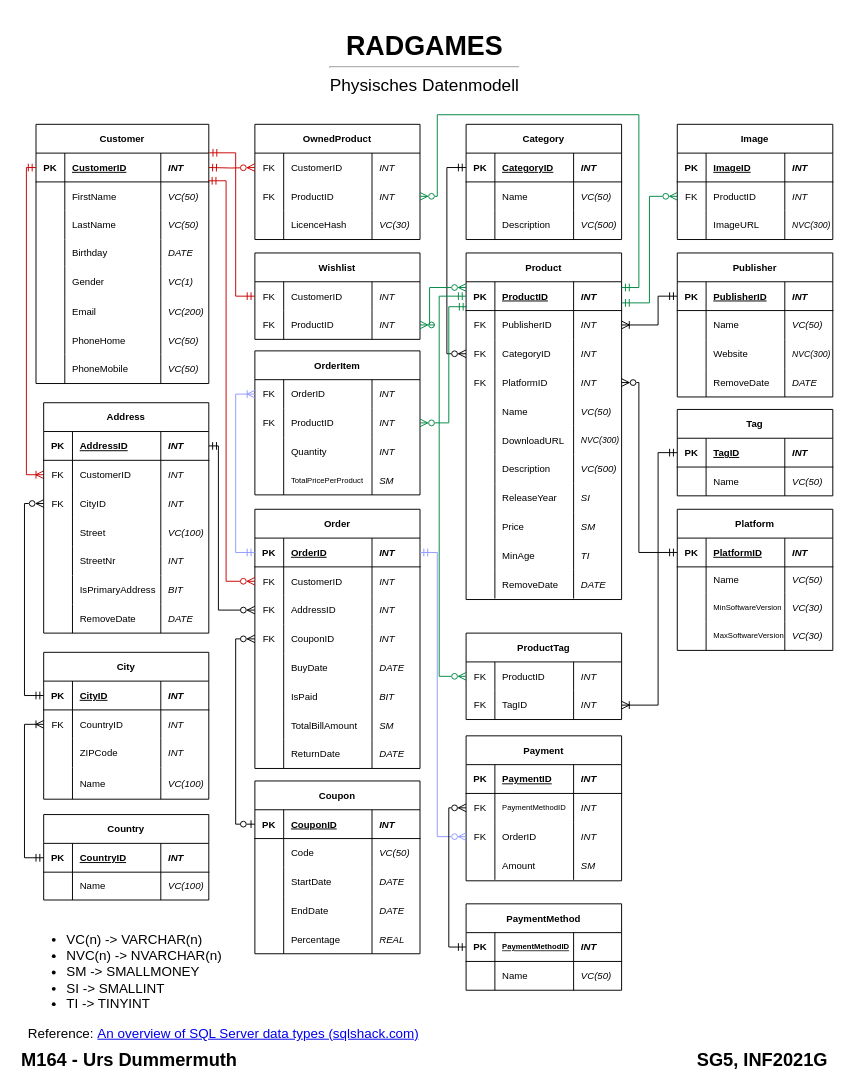
TD99/gibb-m164 keeps this draw.io diagram as page "Physisch" (3 of 3) of Konzepte/Datenmodell.drawio. Above is the earlier version. Source tidied: cells renumbered, new cells numbered last; positions are measured from the earlier drawing's top-left corner, leaving out a move shared by most shapes. Both pictures are drawn from the tidied source at 96%, with x=0, y=0 at pixel (16, 26).
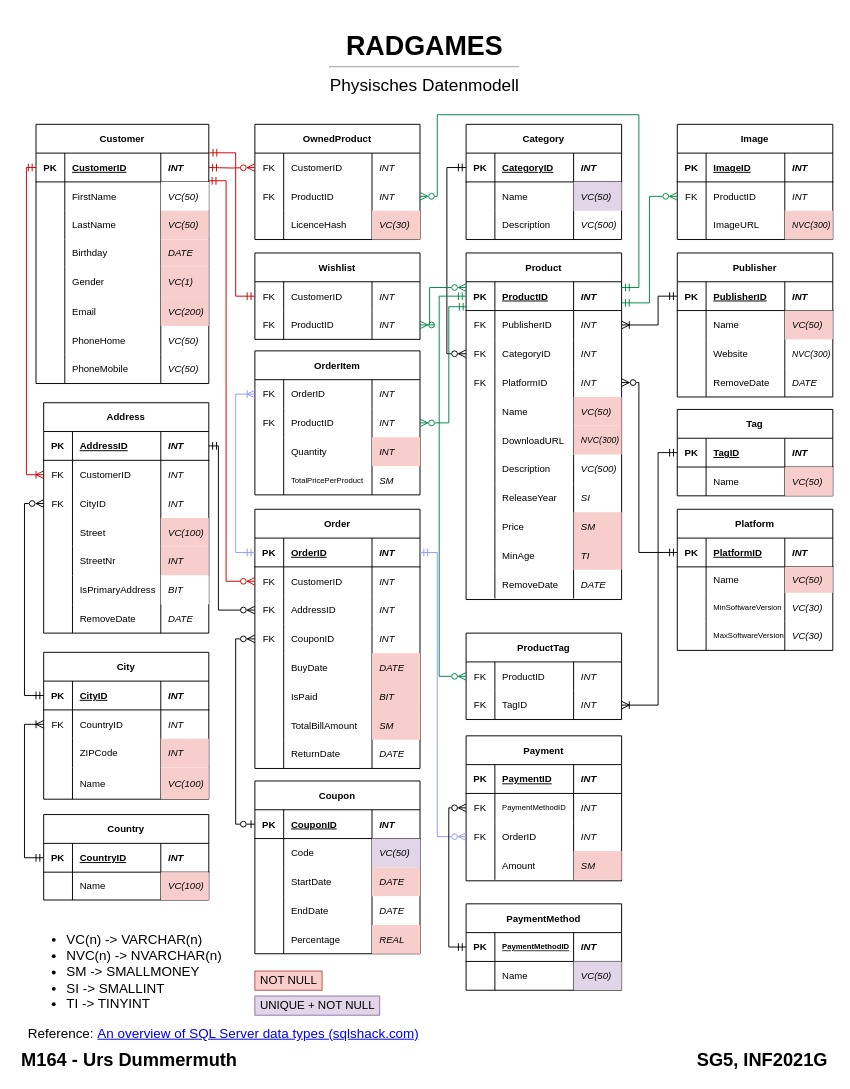
Above is the later version.

Unchanged cells that the change refers to:
```xml
<mxCell id="9" style="shape=tableRow;horizontal=0;startSize=0;swimlaneHead=0;swimlaneBody=0;fillColor=none;top=0;left=0;right=0;bottom=0;" parent="4" vertex="1">
<mxCell id="13" style="shape=tableRow;horizontal=0;startSize=0;swimlaneHead=0;swimlaneBody=0;fillColor=none;top=0;left=0;right=0;bottom=0;" parent="4" vertex="1">
<mxCell id="17" style="shape=tableRow;horizontal=0;startSize=0;swimlaneHead=0;swimlaneBody=0;fillColor=none;top=0;left=0;right=0;bottom=0;" parent="4" vertex="1">
<mxCell id="21" style="shape=tableRow;horizontal=0;startSize=0;swimlaneHead=0;swimlaneBody=0;fillColor=none;top=0;left=0;right=0;bottom=0;" parent="4" vertex="1">
<mxCell id="25" style="shape=tableRow;horizontal=0;startSize=0;swimlaneHead=0;swimlaneBody=0;fillColor=none;top=0;left=0;right=0;bottom=0;" parent="4" vertex="1">
<mxCell id="51" style="shape=tableRow;horizontal=0;startSize=0;swimlaneHead=0;swimlaneBody=0;fillColor=none;top=0;left=0;right=0;bottom=0;fontSize=10;" parent="38" vertex="1">
<mxCell id="55" style="shape=tableRow;horizontal=0;startSize=0;swimlaneHead=0;swimlaneBody=0;fillColor=none;top=0;left=0;right=0;bottom=0;fontSize=10;" parent="38" vertex="1">
<mxCell id="59" style="shape=tableRow;horizontal=0;startSize=0;swimlaneHead=0;swimlaneBody=0;fillColor=none;top=0;left=0;right=0;bottom=0;fontSize=10;" parent="38" vertex="1">
<mxCell id="73" style="shape=tableRow;horizontal=0;startSize=0;swimlaneHead=0;swimlaneBody=0;fillColor=none;top=0;left=0;right=0;bottom=0;fontSize=10;" parent="68" vertex="1">
<mxCell id="86" style="shape=tableRow;horizontal=0;startSize=0;swimlaneHead=0;swimlaneBody=0;fillColor=none;top=0;left=0;right=0;bottom=0;" parent="77" vertex="1">
<mxCell id="110" style="shape=tableRow;horizontal=0;startSize=0;swimlaneHead=0;swimlaneBody=0;fillColor=none;top=0;left=0;right=0;bottom=0;fontSize=10;" parent="101" vertex="1">
<mxCell id="135" style="shape=tableRow;horizontal=0;startSize=0;swimlaneHead=0;swimlaneBody=0;fillColor=none;top=0;left=0;right=0;bottom=0;fontSize=10;" parent="118" vertex="1">
<mxCell id="139" style="shape=tableRow;horizontal=0;startSize=0;swimlaneHead=0;swimlaneBody=0;fillColor=none;top=0;left=0;right=0;bottom=0;fontSize=10;" parent="118" vertex="1">
<mxCell id="143" style="shape=tableRow;horizontal=0;startSize=0;swimlaneHead=0;swimlaneBody=0;fillColor=none;top=0;left=0;right=0;bottom=0;fontSize=10;" parent="118" vertex="1">
<mxCell id="159" style="shape=tableRow;horizontal=0;startSize=0;swimlaneHead=0;swimlaneBody=0;fillColor=none;top=0;left=0;right=0;bottom=0;fontSize=10;" parent="154" vertex="1">
<mxCell id="163" style="shape=tableRow;horizontal=0;startSize=0;swimlaneHead=0;swimlaneBody=0;fillColor=none;top=0;left=0;right=0;bottom=0;fontSize=10;" parent="154" vertex="1">
<mxCell id="171" style="shape=tableRow;horizontal=0;startSize=0;swimlaneHead=0;swimlaneBody=0;fillColor=none;top=0;left=0;right=0;bottom=0;fontSize=10;" parent="154" vertex="1">
<mxCell id="181" style="shape=tableRow;horizontal=0;startSize=0;swimlaneHead=0;swimlaneBody=0;fillColor=none;top=0;left=0;right=0;bottom=0;fontSize=10;" parent="176" vertex="1">
<mxCell id="206" style="shape=tableRow;horizontal=0;startSize=0;swimlaneHead=0;swimlaneBody=0;fillColor=none;top=0;left=0;right=0;bottom=0;fontSize=10;" parent="189" vertex="1">
<mxCell id="210" style="shape=tableRow;horizontal=0;startSize=0;swimlaneHead=0;swimlaneBody=0;fillColor=none;top=0;left=0;right=0;bottom=0;fontSize=10;" parent="189" vertex="1">
<mxCell id="222" style="shape=tableRow;horizontal=0;startSize=0;swimlaneHead=0;swimlaneBody=0;fillColor=none;top=0;left=0;right=0;bottom=0;fontSize=10;" parent="189" vertex="1">
<mxCell id="226" style="shape=tableRow;horizontal=0;startSize=0;swimlaneHead=0;swimlaneBody=0;fillColor=none;top=0;left=0;right=0;bottom=0;fontSize=10;" parent="189" vertex="1">
<mxCell id="254" style="shape=tableRow;horizontal=0;startSize=0;swimlaneHead=0;swimlaneBody=0;fillColor=none;top=0;left=0;right=0;bottom=0;fontSize=10;" parent="245" vertex="1">
<mxCell id="258" style="shape=tableRow;horizontal=0;startSize=0;swimlaneHead=0;swimlaneBody=0;fillColor=none;top=0;left=0;right=0;bottom=0;fontSize=10;" parent="245" vertex="1">
<mxCell id="276" style="shape=tableRow;horizontal=0;startSize=0;swimlaneHead=0;swimlaneBody=0;fillColor=none;top=0;left=0;right=0;bottom=0;fontSize=10;" parent="263" vertex="1">
<mxCell id="285" style="shape=tableRow;horizontal=0;startSize=0;swimlaneHead=0;swimlaneBody=0;fillColor=none;top=0;left=0;right=0;bottom=0;fontSize=10;" parent="280" vertex="1">
<mxCell id="303" style="shape=tableRow;horizontal=0;startSize=0;swimlaneHead=0;swimlaneBody=0;fillColor=none;top=0;left=0;right=0;bottom=0;fontSize=10;" parent="294" vertex="1">
<mxCell id="313" style="shape=tableRow;horizontal=0;startSize=0;swimlaneHead=0;swimlaneBody=0;fillColor=none;top=0;left=0;right=0;bottom=0;fontSize=10;" parent="308" vertex="1">
<mxCell id="331" style="shape=tableRow;horizontal=0;startSize=0;swimlaneHead=0;swimlaneBody=0;fillColor=none;top=0;left=0;right=0;bottom=0;fontSize=10;" parent="326" vertex="1">
<mxCell id="340" style="shape=tableRow;horizontal=0;startSize=0;swimlaneHead=0;swimlaneBody=0;fillColor=none;top=0;left=0;right=0;bottom=0;fontSize=10;" parent="335" vertex="1">
```

Diff of the diagram source:
```diff
@@
+    <mxCell id="355" value="&lt;ul style=&quot;font-size: 14px&quot;&gt;&lt;li style=&quot;font-size: 14px&quot;&gt;&lt;span&gt;VC(n) -&amp;gt; VARCHAR(n)&lt;/span&gt;&lt;/li&gt;&lt;li style=&quot;font-size: 14px&quot;&gt;&lt;span&gt;NVC(n) -&amp;gt; NVARCHAR(n)&lt;/span&gt;&lt;/li&gt;&lt;li style=&quot;font-size: 14px&quot;&gt;&lt;span&gt;SM -&amp;gt; SMALLMONEY&lt;/span&gt;&lt;/li&gt;&lt;li style=&quot;font-size: 14px&quot;&gt;&lt;span&gt;SI -&amp;gt; SMALLINT&lt;/span&gt;&lt;/li&gt;&lt;li style=&quot;font-size: 14px&quot;&gt;&lt;span&gt;TI -&amp;gt; TINYINT&lt;/span&gt;&lt;/li&gt;&lt;/ul&gt;Reference:&amp;nbsp;&lt;a href=&quot;https://www.sqlshack.com/an-overview-of-sql-server-data-types/&quot;&gt;An overview of SQL Server data types (sqlshack.com)&lt;/a&gt;" style="text;strokeColor=none;fillColor=none;html=1;whiteSpace=wrap;verticalAlign=middle;overflow=hidden;fontSize=14;" parent="1" vertex="1">
+      <mxGeometry x="10" y="926" width="420" height="134" as="geometry" />
+    </mxCell>
@@
-    <mxCell id="12" value="VC(50)" style="shape=partialRectangle;fillColor=none;top=0;left=0;bottom=0;right=0;align=left;spacingLeft=6;overflow=hidden;fontSize=10;spacing=2;fontStyle=2;" parent="9" vertex="1">
+    <mxCell id="12" value="VC(50)" style="shape=partialRectangle;top=0;left=0;bottom=0;right=0;align=left;spacingLeft=6;overflow=hidden;fontSize=10;spacing=2;fontStyle=2;" parent="9" vertex="1">
       <mxGeometry x="130" width="50" height="30" as="geometry" />
     </mxCell>
@@
-    <mxCell id="16" value="VC(50)" style="shape=partialRectangle;fillColor=none;top=0;left=0;bottom=0;right=0;align=left;spacingLeft=6;overflow=hidden;fontSize=10;spacing=2;fontStyle=2;" parent="13" vertex="1">
+    <mxCell id="16" value="VC(50)" style="shape=partialRectangle;fillColor=#f8cecc;top=0;left=0;bottom=0;right=0;align=left;spacingLeft=6;overflow=hidden;fontSize=10;spacing=2;fontStyle=2;strokeColor=#b85450;" parent="13" vertex="1">
       <mxGeometry x="130" width="50" height="30" as="geometry" />
     </mxCell>
@@
-    <mxCell id="20" value="DATE" style="shape=partialRectangle;fillColor=none;top=0;left=0;bottom=0;right=0;align=left;spacingLeft=6;overflow=hidden;fontSize=10;spacing=2;fontStyle=2;" parent="17" vertex="1">
+    <mxCell id="20" value="DATE" style="shape=partialRectangle;fillColor=#f8cecc;top=0;left=0;bottom=0;right=0;align=left;spacingLeft=6;overflow=hidden;fontSize=10;spacing=2;fontStyle=2;strokeColor=#b85450;" parent="17" vertex="1">
       <mxGeometry x="130" width="50" height="28" as="geometry" />
     </mxCell>
@@
-    <mxCell id="24" value="VC(1)" style="shape=partialRectangle;fillColor=none;top=0;left=0;bottom=0;right=0;align=left;spacingLeft=6;overflow=hidden;fontSize=10;spacing=2;fontStyle=2;" parent="21" vertex="1">
+    <mxCell id="24" value="VC(1)" style="shape=partialRectangle;fillColor=#f8cecc;top=0;left=0;bottom=0;right=0;align=left;spacingLeft=6;overflow=hidden;fontSize=10;spacing=2;fontStyle=2;strokeColor=#b85450;" parent="21" vertex="1">
       <mxGeometry x="130" width="50" height="32" as="geometry" />
     </mxCell>
@@
-    <mxCell id="28" value="VC(200)" style="shape=partialRectangle;fillColor=none;top=0;left=0;bottom=0;right=0;align=left;spacingLeft=6;overflow=hidden;fontSize=10;spacing=2;fontStyle=2;" parent="25" vertex="1">
+    <mxCell id="28" value="VC(200)" style="shape=partialRectangle;fillColor=#f8cecc;top=0;left=0;bottom=0;right=0;align=left;spacingLeft=6;overflow=hidden;fontSize=10;spacing=2;fontStyle=2;strokeColor=#b85450;" parent="25" vertex="1">
       <mxGeometry x="130" width="50" height="30" as="geometry" />
     </mxCell>
@@
-    <mxCell id="54" value="VC(100)" style="shape=partialRectangle;fillColor=none;top=0;left=0;bottom=0;right=0;align=left;spacingLeft=6;overflow=hidden;fontSize=10;fontStyle=2;" parent="51" vertex="1">
+    <mxCell id="54" value="VC(100)" style="shape=partialRectangle;fillColor=#f8cecc;top=0;left=0;bottom=0;right=0;align=left;spacingLeft=6;overflow=hidden;fontSize=10;fontStyle=2;strokeColor=#b85450;" parent="51" vertex="1">
       <mxGeometry x="122" width="50" height="30" as="geometry" />
     </mxCell>
@@
-    <mxCell id="58" value="INT" style="shape=partialRectangle;fillColor=none;top=0;left=0;bottom=0;right=0;align=left;spacingLeft=6;overflow=hidden;fontSize=10;fontStyle=2;" parent="55" vertex="1">
+    <mxCell id="58" value="INT" style="shape=partialRectangle;fillColor=#f8cecc;top=0;left=0;bottom=0;right=0;align=left;spacingLeft=6;overflow=hidden;fontSize=10;fontStyle=2;strokeColor=#b85450;" parent="55" vertex="1">
       <mxGeometry x="122" width="50" height="30" as="geometry" />
     </mxCell>
@@
-    <mxCell id="62" value="BIT" style="shape=partialRectangle;fillColor=none;top=0;left=0;bottom=0;right=0;align=left;spacingLeft=6;overflow=hidden;fontSize=10;fontStyle=2;" parent="59" vertex="1">
+    <mxCell id="62" value="BIT" style="shape=partialRectangle;top=0;left=0;bottom=0;right=0;align=left;spacingLeft=6;overflow=hidden;fontSize=10;fontStyle=2;" parent="59" vertex="1">
       <mxGeometry x="122" width="50" height="30" as="geometry" />
     </mxCell>
@@
-    <mxCell id="76" value="VC(100)" style="shape=partialRectangle;fillColor=none;top=0;left=0;bottom=0;right=0;align=left;spacingLeft=6;overflow=hidden;fontSize=10;fontStyle=2;" parent="73" vertex="1">
+    <mxCell id="76" value="VC(100)" style="shape=partialRectangle;fillColor=#f8cecc;top=0;left=0;bottom=0;right=0;align=left;spacingLeft=6;overflow=hidden;fontSize=10;fontStyle=2;strokeColor=#b85450;" parent="73" vertex="1">
       <mxGeometry x="122" width="50" height="29" as="geometry" />
     </mxCell>
@@
-    <mxCell id="89" value="VC(30)" style="shape=partialRectangle;fillColor=none;top=0;left=0;bottom=0;right=0;align=left;spacingLeft=6;overflow=hidden;fontSize=10;spacing=2;fontStyle=2;" parent="86" vertex="1">
+    <mxCell id="89" value="VC(30)" style="shape=partialRectangle;fillColor=#f8cecc;top=0;left=0;bottom=0;right=0;align=left;spacingLeft=6;overflow=hidden;fontSize=10;spacing=2;fontStyle=2;strokeColor=#b85450;" parent="86" vertex="1">
       <mxGeometry x="122" width="50" height="30" as="geometry" />
     </mxCell>
@@
-    <mxCell id="113" value="INT" style="shape=partialRectangle;fillColor=none;top=0;left=0;bottom=0;right=0;align=left;spacingLeft=6;overflow=hidden;fontSize=10;fontStyle=2;" parent="110" vertex="1">
+    <mxCell id="113" value="INT" style="shape=partialRectangle;fillColor=#f8cecc;top=0;left=0;bottom=0;right=0;align=left;spacingLeft=6;overflow=hidden;fontSize=10;fontStyle=2;strokeColor=#b85450;" parent="110" vertex="1">
       <mxGeometry x="122" width="50" height="30" as="geometry" />
     </mxCell>
@@
-    <mxCell id="138" value="DATE" style="shape=partialRectangle;fillColor=none;top=0;left=0;bottom=0;right=0;align=left;spacingLeft=6;overflow=hidden;fontSize=10;fontStyle=2;" parent="135" vertex="1">
+    <mxCell id="138" value="DATE" style="shape=partialRectangle;fillColor=#f8cecc;top=0;left=0;bottom=0;right=0;align=left;spacingLeft=6;overflow=hidden;fontSize=10;fontStyle=2;strokeColor=#b85450;" parent="135" vertex="1">
       <mxGeometry x="122" width="50" height="30" as="geometry" />
     </mxCell>
@@
-    <mxCell id="142" value="BIT" style="shape=partialRectangle;fillColor=none;top=0;left=0;bottom=0;right=0;align=left;spacingLeft=6;overflow=hidden;fontSize=10;fontStyle=2;" parent="139" vertex="1">
+    <mxCell id="142" value="BIT" style="shape=partialRectangle;fillColor=#f8cecc;top=0;left=0;bottom=0;right=0;align=left;spacingLeft=6;overflow=hidden;fontSize=10;fontStyle=2;strokeColor=#b85450;" parent="139" vertex="1">
       <mxGeometry x="122" width="50" height="30" as="geometry" />
     </mxCell>
@@
-    <mxCell id="146" value="SM" style="shape=partialRectangle;fillColor=none;top=0;left=0;bottom=0;right=0;align=left;spacingLeft=6;overflow=hidden;fontSize=10;fontStyle=2;" parent="143" vertex="1">
+    <mxCell id="146" value="SM" style="shape=partialRectangle;fillColor=#f8cecc;top=0;left=0;bottom=0;right=0;align=left;spacingLeft=6;overflow=hidden;fontSize=10;fontStyle=2;strokeColor=#b85450;" parent="143" vertex="1">
       <mxGeometry x="122" width="50" height="30" as="geometry" />
     </mxCell>
@@
-    <mxCell id="162" value="VC(50)" style="shape=partialRectangle;fillColor=none;top=0;left=0;bottom=0;right=0;align=left;spacingLeft=6;overflow=hidden;fontSize=10;fontStyle=2;" parent="159" vertex="1">
+    <mxCell id="162" value="VC(50)" style="shape=partialRectangle;fillColor=#e1d5e7;top=0;left=0;bottom=0;right=0;align=left;spacingLeft=6;overflow=hidden;fontSize=10;fontStyle=2;strokeColor=#9673a6;" parent="159" vertex="1">
       <mxGeometry x="122" width="50" height="30" as="geometry" />
     </mxCell>
@@
-    <mxCell id="166" value="DATE" style="shape=partialRectangle;fillColor=none;top=0;left=0;bottom=0;right=0;align=left;spacingLeft=6;overflow=hidden;fontSize=10;fontStyle=2;" parent="163" vertex="1">
+    <mxCell id="166" value="DATE" style="shape=partialRectangle;fillColor=#f8cecc;top=0;left=0;bottom=0;right=0;align=left;spacingLeft=6;overflow=hidden;fontSize=10;fontStyle=2;strokeColor=#b85450;" parent="163" vertex="1">
       <mxGeometry x="122" width="50" height="30" as="geometry" />
     </mxCell>
@@
-    <mxCell id="174" value="REAL" style="shape=partialRectangle;fillColor=none;top=0;left=0;bottom=0;right=0;align=left;spacingLeft=6;overflow=hidden;fontSize=10;fontStyle=2;" parent="171" vertex="1">
+    <mxCell id="174" value="REAL" style="shape=partialRectangle;fillColor=#f8cecc;top=0;left=0;bottom=0;right=0;align=left;spacingLeft=6;overflow=hidden;fontSize=10;fontStyle=2;strokeColor=#b85450;" parent="171" vertex="1">
       <mxGeometry x="122" width="50" height="30" as="geometry" />
     </mxCell>
@@
-    <mxCell id="184" value="VC(50)" style="shape=partialRectangle;fillColor=none;top=0;left=0;bottom=0;right=0;align=left;spacingLeft=6;overflow=hidden;fontSize=10;fontStyle=2;" parent="181" vertex="1">
+    <mxCell id="184" value="VC(50)" style="shape=partialRectangle;fillColor=#e1d5e7;top=0;left=0;bottom=0;right=0;align=left;spacingLeft=6;overflow=hidden;fontSize=10;fontStyle=2;strokeColor=#9673a6;" parent="181" vertex="1">
       <mxGeometry x="112" width="50" height="30" as="geometry" />
     </mxCell>
@@
-    <mxCell id="209" value="VC(50)" style="shape=partialRectangle;fillColor=none;top=0;left=0;bottom=0;right=0;align=left;spacingLeft=6;overflow=hidden;fontSize=10;fontStyle=2;" parent="206" vertex="1">
+    <mxCell id="209" value="VC(50)" style="shape=partialRectangle;fillColor=#f8cecc;top=0;left=0;bottom=0;right=0;align=left;spacingLeft=6;overflow=hidden;fontSize=10;fontStyle=2;strokeColor=#b85450;" parent="206" vertex="1">
       <mxGeometry x="112" width="50" height="30" as="geometry" />
     </mxCell>
@@
-    <mxCell id="213" value="NVC(300)" style="shape=partialRectangle;fillColor=none;top=0;left=0;bottom=0;right=0;align=left;spacingLeft=6;overflow=hidden;fontSize=9;fontStyle=2;" parent="210" vertex="1">
+    <mxCell id="213" value="NVC(300)" style="shape=partialRectangle;fillColor=#f8cecc;top=0;left=0;bottom=0;right=0;align=left;spacingLeft=6;overflow=hidden;fontSize=9;fontStyle=2;strokeColor=#b85450;" parent="210" vertex="1">
       <mxGeometry x="112" width="50" height="30" as="geometry" />
     </mxCell>
@@
-    <mxCell id="225" value="SM" style="shape=partialRectangle;fillColor=none;top=0;left=0;bottom=0;right=0;align=left;spacingLeft=6;overflow=hidden;fontSize=10;fontStyle=2;" parent="222" vertex="1">
+    <mxCell id="225" value="SM" style="shape=partialRectangle;fillColor=#f8cecc;top=0;left=0;bottom=0;right=0;align=left;spacingLeft=6;overflow=hidden;fontSize=10;fontStyle=2;strokeColor=#b85450;" parent="222" vertex="1">
       <mxGeometry x="112" width="50" height="30" as="geometry" />
     </mxCell>
@@
-    <mxCell id="229" value="TI" style="shape=partialRectangle;fillColor=none;top=0;left=0;bottom=0;right=0;align=left;spacingLeft=6;overflow=hidden;fontSize=10;fontStyle=2;" parent="226" vertex="1">
+    <mxCell id="229" value="TI" style="shape=partialRectangle;fillColor=#f8cecc;top=0;left=0;bottom=0;right=0;align=left;spacingLeft=6;overflow=hidden;fontSize=10;fontStyle=2;strokeColor=#b85450;" parent="226" vertex="1">
       <mxGeometry x="112" width="50" height="30" as="geometry" />
     </mxCell>
@@
-    <mxCell id="257" value="INT" style="shape=partialRectangle;fillColor=none;top=0;left=0;bottom=0;right=0;align=left;spacingLeft=6;overflow=hidden;fontSize=10;fontStyle=2;" parent="254" vertex="1">
+    <mxCell id="257" value="INT" style="shape=partialRectangle;fillColor=#f8cecc;top=0;left=0;bottom=0;right=0;align=left;spacingLeft=6;overflow=hidden;fontSize=10;fontStyle=2;strokeColor=#b85450;" parent="254" vertex="1">
       <mxGeometry x="122" width="50" height="30" as="geometry" />
     </mxCell>
@@
-    <mxCell id="261" value="VC(100)" style="shape=partialRectangle;fillColor=none;top=0;left=0;bottom=0;right=0;align=left;spacingLeft=6;overflow=hidden;fontSize=10;fontStyle=2;" parent="258" vertex="1">
+    <mxCell id="261" value="VC(100)" style="shape=partialRectangle;fillColor=#f8cecc;top=0;left=0;bottom=0;right=0;align=left;spacingLeft=6;overflow=hidden;fontSize=10;fontStyle=2;strokeColor=#b85450;" parent="258" vertex="1">
       <mxGeometry x="122" width="50" height="33" as="geometry" />
     </mxCell>
@@
-    <mxCell id="279" value="SM" style="shape=partialRectangle;fillColor=none;top=0;left=0;bottom=0;right=0;align=left;spacingLeft=6;overflow=hidden;fontSize=10;fontStyle=2;labelBackgroundColor=none;fontColor=#000000;" parent="276" vertex="1">
+    <mxCell id="279" value="SM" style="shape=partialRectangle;fillColor=#f8cecc;top=0;left=0;bottom=0;right=0;align=left;spacingLeft=6;overflow=hidden;fontSize=10;fontStyle=2;labelBackgroundColor=none;strokeColor=#b85450;" parent="276" vertex="1">
       <mxGeometry x="112" width="50" height="30" as="geometry" />
     </mxCell>
@@
-    <mxCell id="288" value="VC(50)" style="shape=partialRectangle;fillColor=none;top=0;left=0;bottom=0;right=0;align=left;spacingLeft=6;overflow=hidden;fontSize=10;fontStyle=2;" parent="285" vertex="1">
+    <mxCell id="288" value="VC(50)" style="shape=partialRectangle;fillColor=#e1d5e7;top=0;left=0;bottom=0;right=0;align=left;spacingLeft=6;overflow=hidden;fontSize=10;fontStyle=2;strokeColor=#9673a6;" parent="285" vertex="1">
       <mxGeometry x="112" width="50" height="30" as="geometry" />
     </mxCell>
@@
-    <mxCell id="306" value="NVC(300)" style="shape=partialRectangle;fillColor=none;top=0;left=0;bottom=0;right=0;align=left;spacingLeft=6;overflow=hidden;fontSize=9;fontStyle=2;" parent="303" vertex="1">
+    <mxCell id="306" value="NVC(300)" style="shape=partialRectangle;fillColor=#f8cecc;top=0;left=0;bottom=0;right=0;align=left;spacingLeft=6;overflow=hidden;fontSize=9;fontStyle=2;strokeColor=#b85450;" parent="303" vertex="1">
       <mxGeometry x="112" width="50" height="30" as="geometry" />
     </mxCell>
@@
-    <mxCell id="316" value="VC(50)" style="shape=partialRectangle;fillColor=none;top=0;left=0;bottom=0;right=0;align=left;spacingLeft=6;overflow=hidden;fontSize=10;fontStyle=2;" parent="313" vertex="1">
+    <mxCell id="316" value="VC(50)" style="shape=partialRectangle;fillColor=#f8cecc;top=0;left=0;bottom=0;right=0;align=left;spacingLeft=6;overflow=hidden;fontSize=10;fontStyle=2;strokeColor=#b85450;" parent="313" vertex="1">
       <mxGeometry x="112" width="50" height="30" as="geometry" />
     </mxCell>
@@
-    <mxCell id="334" value="VC(50)" style="shape=partialRectangle;fillColor=none;top=0;left=0;bottom=0;right=0;align=left;spacingLeft=6;overflow=hidden;fontSize=10;fontStyle=2;" parent="331" vertex="1">
+    <mxCell id="334" value="VC(50)" style="shape=partialRectangle;fillColor=#f8cecc;top=0;left=0;bottom=0;right=0;align=left;spacingLeft=6;overflow=hidden;fontSize=10;fontStyle=2;strokeColor=#b85450;" parent="331" vertex="1">
       <mxGeometry x="112" width="50" height="30" as="geometry" />
     </mxCell>
@@
-    <mxCell id="343" value="VC(50)" style="shape=partialRectangle;fillColor=none;top=0;left=0;bottom=0;right=0;align=left;spacingLeft=6;overflow=hidden;fontSize=10;fontStyle=2;" parent="340" vertex="1">
+    <mxCell id="343" value="VC(50)" style="shape=partialRectangle;fillColor=#f8cecc;top=0;left=0;bottom=0;right=0;align=left;spacingLeft=6;overflow=hidden;fontSize=10;fontStyle=2;strokeColor=#b85450;" parent="340" vertex="1">
       <mxGeometry x="112" width="50" height="27" as="geometry" />
     </mxCell>
@@
-    <mxCell id="355" value="&lt;ul style=&quot;font-size: 14px&quot;&gt;&lt;li style=&quot;font-size: 14px&quot;&gt;&lt;span&gt;VC(n) -&amp;gt; VARCHAR(n)&lt;/span&gt;&lt;/li&gt;&lt;li style=&quot;font-size: 14px&quot;&gt;&lt;span&gt;NVC(n) -&amp;gt; NVARCHAR(n)&lt;/span&gt;&lt;/li&gt;&lt;li style=&quot;font-size: 14px&quot;&gt;&lt;span&gt;SM -&amp;gt; SMALLMONEY&lt;/span&gt;&lt;/li&gt;&lt;li style=&quot;font-size: 14px&quot;&gt;&lt;span&gt;SI -&amp;gt; SMALLINT&lt;/span&gt;&lt;/li&gt;&lt;li style=&quot;font-size: 14px&quot;&gt;&lt;span&gt;TI -&amp;gt; TINYINT&lt;/span&gt;&lt;/li&gt;&lt;/ul&gt;Reference:&amp;nbsp;&lt;a href=&quot;https://www.sqlshack.com/an-overview-of-sql-server-data-types/&quot;&gt;An overview of SQL Server data types (sqlshack.com)&lt;/a&gt;" style="text;strokeColor=none;fillColor=none;html=1;whiteSpace=wrap;verticalAlign=middle;overflow=hidden;fontSize=14;" parent="1" vertex="1">
-      <mxGeometry x="10" y="926" width="420" height="134" as="geometry" />
-    </mxCell>
+    <mxCell id="356" value="NOT NULL" style="text;html=1;align=center;verticalAlign=middle;strokeColor=#b85450;fillColor=#f8cecc;" parent="1" vertex="1">
+      <mxGeometry x="248" y="984" width="70" height="20" as="geometry" />
+    </mxCell>
+    <mxCell id="357" value="UNIQUE + NOT NULL" style="text;html=1;align=center;verticalAlign=middle;strokeColor=#9673a6;fillColor=#e1d5e7;" parent="1" vertex="1">
+      <mxGeometry x="248" y="1010" width="130" height="20" as="geometry" />
+    </mxCell>
```
